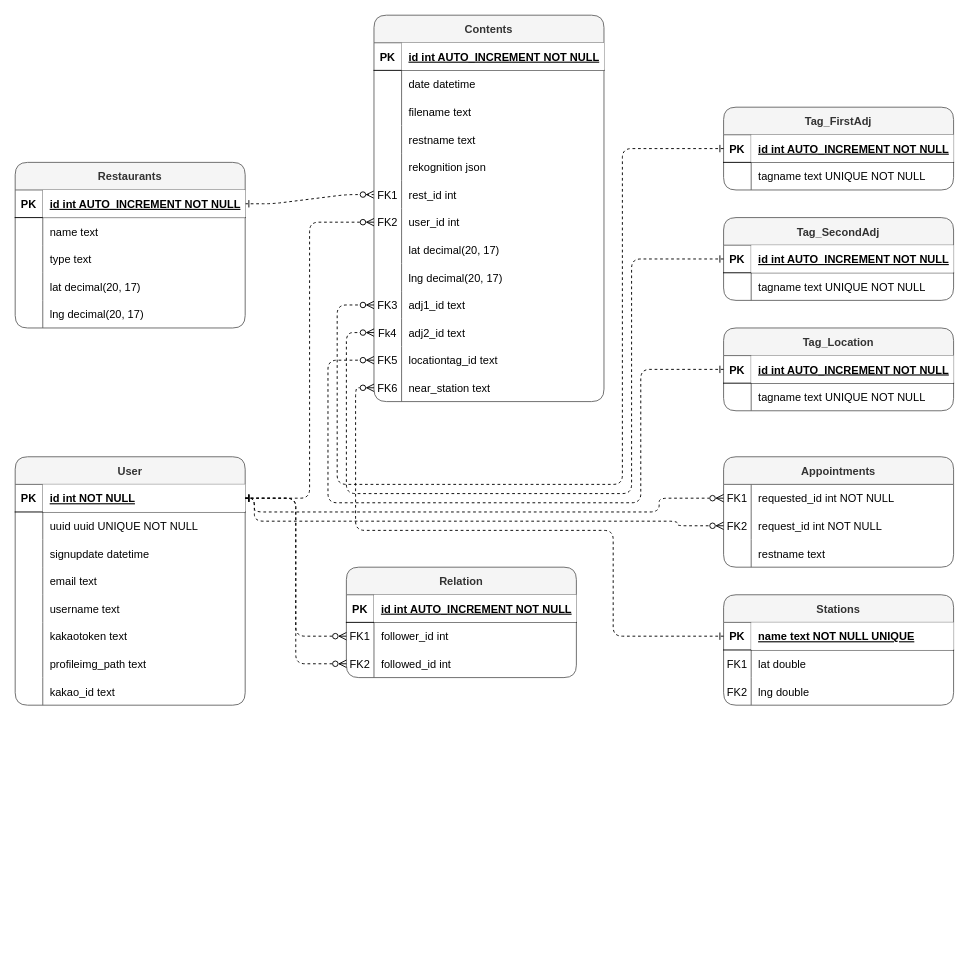
Above: Entity Relation Diagram.drawio in flavor-us/backend (draw.io), before the change. Source tidied: cells renumbered, new cells numbered last; positions are measured from the earlier drawing's top-left corner, leaving out a move shared by most shapes. Both pictures are drawn from the tidied source at 92%, with x=0, y=0 at pixel (15, 15).
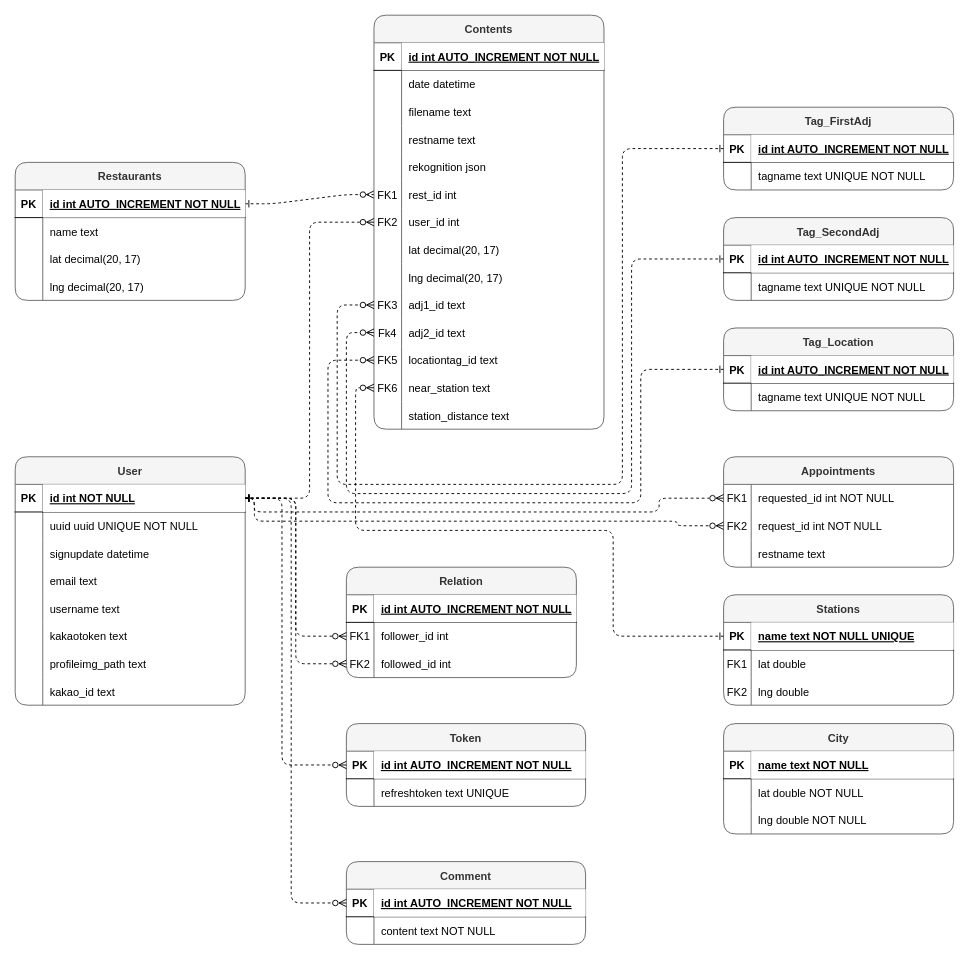
The same diagram, later.

The change refers to these unchanged cells:
```xml
<mxCell id="67" style="shape=partialRectangle;fillColor=none;top=0;left=0;bottom=1;right=0;points=[[0,0.5],[1,0.5]];portConstraint=eastwest;rounded=1;" parent="66" vertex="1">
  <mxGeometry y="30" width="250" height="30" as="geometry" />
</mxCell>
```

What changed in the source:
```diff
@@
     <mxCell id="3" value="Restaurants" style="shape=table;startSize=30;childLayout=tableLayout;rowLines=0;fontStyle=1;align=center;labelBackgroundColor=none;fillColor=#f5f5f5;strokeColor=#666666;fontColor=#333333;rounded=1;" parent="1" vertex="1">
-      <mxGeometry y="160" width="250" height="180" as="geometry" />
+      <mxGeometry y="160" width="250" height="150" as="geometry" />
     </mxCell>
@@
-    <mxCell id="10" style="shape=partialRectangle;fillColor=none;top=0;left=0;right=0;bottom=0;rounded=1;" parent="3" vertex="1">
-      <mxGeometry y="90" width="250" height="30" as="geometry" />
-    </mxCell>
-    <mxCell id="11" style="shape=partialRectangle;overflow=hidden;fillColor=none;top=0;left=0;bottom=0;right=0;rounded=1;" parent="10" vertex="1">
-      <mxGeometry width="30" height="30" as="geometry" />
-    </mxCell>
-    <mxCell id="12" value="type text" style="shape=partialRectangle;overflow=hidden;fillColor=none;top=0;left=0;bottom=0;right=0;align=left;spacingLeft=6;rounded=1;" parent="10" vertex="1">
-      <mxGeometry x="30" width="220" height="30" as="geometry" />
-    </mxCell>
     <mxCell id="13" style="shape=partialRectangle;fillColor=none;top=0;left=0;right=0;bottom=0;rounded=1;" parent="3" vertex="1">
-      <mxGeometry y="120" width="250" height="30" as="geometry" />
+      <mxGeometry y="90" width="250" height="30" as="geometry" />
     </mxCell>
@@
     <mxCell id="16" style="shape=partialRectangle;fillColor=none;top=0;left=0;right=0;bottom=0;rounded=1;" parent="3" vertex="1">
-      <mxGeometry y="150" width="250" height="30" as="geometry" />
+      <mxGeometry y="120" width="250" height="30" as="geometry" />
     </mxCell>
@@
     <mxCell id="26" value="Contents" style="shape=table;startSize=30;childLayout=tableLayout;rowLines=0;fontStyle=1;align=center;fillColor=#f5f5f5;strokeColor=#666666;fontColor=#333333;rounded=1;" parent="1" vertex="1">
-      <mxGeometry x="390" width="250" height="420" as="geometry" />
+      <mxGeometry x="390" width="250" height="450" as="geometry" />
     </mxCell>
@@
+    <mxCell id="144" style="shape=partialRectangle;fillColor=none;top=0;left=0;right=0;bottom=0;rounded=1;" parent="26" vertex="1">
+      <mxGeometry y="420" width="250" height="30" as="geometry" />
+    </mxCell>
+    <mxCell id="11" style="shape=partialRectangle;overflow=hidden;fillColor=none;top=0;left=0;bottom=0;right=0;rounded=1;" parent="144" vertex="1">
+      <mxGeometry width="30" height="30" as="geometry" />
+    </mxCell>
+    <mxCell id="145" value="station_distance text" style="shape=partialRectangle;overflow=hidden;fillColor=none;top=0;left=0;bottom=0;right=0;align=left;spacingLeft=6;rounded=1;" parent="144" vertex="1">
+      <mxGeometry x="30" width="220" height="30" as="geometry" />
+    </mxCell>
@@
+    <mxCell id="146" value="City" style="shape=table;startSize=30;childLayout=tableLayout;rowLines=0;fontStyle=1;align=center;fillColor=#f5f5f5;strokeColor=#666666;fontColor=#333333;rounded=1;" parent="1" vertex="1">
+      <mxGeometry x="770" y="770" width="250" height="120" as="geometry" />
+    </mxCell>
+    <mxCell id="147" style="shape=partialRectangle;fillColor=none;top=0;left=0;bottom=1;right=0;rounded=1;" parent="146" vertex="1">
+      <mxGeometry y="30" width="250" height="30" as="geometry" />
+    </mxCell>
+    <mxCell id="148" value="PK" style="shape=partialRectangle;fillColor=none;top=0;left=0;bottom=0;right=0;fontStyle=1;overflow=hidden;rounded=1;" parent="147" vertex="1">
+      <mxGeometry width="30" height="30" as="geometry" />
+    </mxCell>
+    <mxCell id="149" value="name text NOT NULL" style="shape=partialRectangle;top=0;left=0;bottom=0;right=0;align=left;spacingLeft=6;fontStyle=5;overflow=hidden;rounded=1;" parent="147" vertex="1">
+      <mxGeometry x="30" width="220" height="30" as="geometry" />
+    </mxCell>
+    <mxCell id="150" style="shape=partialRectangle;fillColor=none;top=0;left=0;bottom=0;right=0;rounded=1;" parent="146" vertex="1">
+      <mxGeometry y="60" width="250" height="30" as="geometry" />
+    </mxCell>
+    <mxCell id="151" style="shape=partialRectangle;fillColor=none;top=0;left=0;bottom=0;right=0;overflow=hidden;rounded=1;" parent="150" vertex="1">
+      <mxGeometry width="30" height="30" as="geometry" />
+    </mxCell>
+    <mxCell id="152" value="lat double NOT NULL" style="shape=partialRectangle;fillColor=none;top=0;left=0;bottom=0;right=0;align=left;spacingLeft=6;overflow=hidden;rounded=1;" parent="150" vertex="1">
+      <mxGeometry x="30" width="220" height="30" as="geometry" />
+    </mxCell>
+    <mxCell id="153" style="shape=partialRectangle;fillColor=none;top=0;left=0;bottom=0;right=0;rounded=1;" parent="146" vertex="1">
+      <mxGeometry y="90" width="250" height="30" as="geometry" />
+    </mxCell>
+    <mxCell id="154" style="shape=partialRectangle;fillColor=none;top=0;left=0;bottom=0;right=0;overflow=hidden;rounded=1;" parent="153" vertex="1">
+      <mxGeometry width="30" height="30" as="geometry" />
+    </mxCell>
+    <mxCell id="155" value="lng double NOT NULL" style="shape=partialRectangle;fillColor=none;top=0;left=0;bottom=0;right=0;align=left;spacingLeft=6;overflow=hidden;rounded=1;" parent="153" vertex="1">
+      <mxGeometry x="30" width="220" height="30" as="geometry" />
+    </mxCell>
+    <mxCell id="156" value="Comment" style="shape=table;startSize=30;childLayout=tableLayout;rowLines=0;fontStyle=1;align=center;fillColor=#f5f5f5;strokeColor=#666666;fontColor=#333333;rounded=1;" parent="1" vertex="1">
+      <mxGeometry x="360" y="920" width="260" height="90" as="geometry" />
+    </mxCell>
+    <mxCell id="157" style="shape=partialRectangle;fillColor=none;top=0;left=0;bottom=1;right=0;points=[[0,0.5],[1,0.5]];portConstraint=eastwest;rounded=1;" parent="156" vertex="1">
+      <mxGeometry y="30" width="260" height="30" as="geometry" />
+    </mxCell>
+    <mxCell id="158" value="PK" style="shape=partialRectangle;fillColor=none;top=0;left=0;bottom=0;right=0;fontStyle=1;overflow=hidden;rounded=1;" parent="157" vertex="1">
+      <mxGeometry width="30" height="30" as="geometry" />
+    </mxCell>
+    <mxCell id="159" value="id int AUTO_INCREMENT NOT NULL" style="shape=partialRectangle;top=0;left=0;bottom=0;right=0;align=left;spacingLeft=6;fontStyle=5;overflow=hidden;rounded=1;" parent="157" vertex="1">
+      <mxGeometry x="30" width="230" height="30" as="geometry" />
+    </mxCell>
+    <mxCell id="160" style="shape=partialRectangle;fillColor=none;top=0;left=0;bottom=0;right=0;rounded=1;" parent="156" vertex="1">
+      <mxGeometry y="60" width="260" height="30" as="geometry" />
+    </mxCell>
+    <mxCell id="161" style="shape=partialRectangle;fillColor=none;top=0;left=0;bottom=0;right=0;overflow=hidden;rounded=1;" parent="160" vertex="1">
+      <mxGeometry width="30" height="30" as="geometry" />
+    </mxCell>
+    <mxCell id="162" value="content text NOT NULL" style="shape=partialRectangle;fillColor=none;top=0;left=0;bottom=0;right=0;align=left;spacingLeft=6;overflow=hidden;rounded=1;" parent="160" vertex="1">
+      <mxGeometry x="30" width="230" height="30" as="geometry" />
+    </mxCell>
+    <mxCell id="163" value="Token" style="shape=table;startSize=30;childLayout=tableLayout;rowLines=0;fontStyle=1;align=center;fillColor=#f5f5f5;strokeColor=#666666;fontColor=#333333;rounded=1;" parent="1" vertex="1">
+      <mxGeometry x="360" y="770" width="260" height="90" as="geometry" />
+    </mxCell>
+    <mxCell id="164" style="shape=partialRectangle;fillColor=none;top=0;left=0;bottom=1;right=0;points=[[0,0.5],[1,0.5]];portConstraint=eastwest;rounded=1;" parent="163" vertex="1">
+      <mxGeometry y="30" width="260" height="30" as="geometry" />
+    </mxCell>
+    <mxCell id="165" value="PK" style="shape=partialRectangle;fillColor=none;top=0;left=0;bottom=0;right=0;fontStyle=1;overflow=hidden;rounded=1;" parent="164" vertex="1">
+      <mxGeometry width="30" height="30" as="geometry" />
+    </mxCell>
+    <mxCell id="166" value="id int AUTO_INCREMENT NOT NULL" style="shape=partialRectangle;top=0;left=0;bottom=0;right=0;align=left;spacingLeft=6;fontStyle=5;overflow=hidden;rounded=1;" parent="164" vertex="1">
+      <mxGeometry x="30" width="230" height="30" as="geometry" />
+    </mxCell>
+    <mxCell id="167" style="shape=partialRectangle;fillColor=none;top=0;left=0;bottom=0;right=0;rounded=1;" parent="163" vertex="1">
+      <mxGeometry y="60" width="260" height="30" as="geometry" />
+    </mxCell>
+    <mxCell id="168" style="shape=partialRectangle;fillColor=none;top=0;left=0;bottom=0;right=0;overflow=hidden;rounded=1;" parent="167" vertex="1">
+      <mxGeometry width="30" height="30" as="geometry" />
+    </mxCell>
+    <mxCell id="169" value="refreshtoken text UNIQUE" style="shape=partialRectangle;fillColor=none;top=0;left=0;bottom=0;right=0;align=left;spacingLeft=6;overflow=hidden;rounded=1;" parent="167" vertex="1">
+      <mxGeometry x="30" width="230" height="30" as="geometry" />
+    </mxCell>
+    <mxCell id="170" style="edgeStyle=orthogonalEdgeStyle;jettySize=auto;html=1;endArrow=ERzeroToMany;endFill=0;startArrow=ERone;startFill=0;dashed=1;entryX=0;entryY=0.5;entryDx=0;entryDy=0;exitX=1;exitY=0.5;exitDx=0;exitDy=0;" parent="1" edge="1" source="67" target="164">
+      <mxGeometry relative="1" as="geometry">
+        <Array as="points">
+          <mxPoint x="290" y="525" />
+          <mxPoint x="290" y="815" />
+        </Array>
+      </mxGeometry>
+    </mxCell>
+    <mxCell id="171" style="edgeStyle=orthogonalEdgeStyle;jettySize=auto;html=1;endArrow=ERzeroToMany;endFill=0;startArrow=ERone;startFill=0;dashed=1;entryX=0;entryY=0.5;entryDx=0;entryDy=0;exitX=1;exitY=0.5;exitDx=0;exitDy=0;" parent="1" edge="1" source="67" target="157">
+      <mxGeometry relative="1" as="geometry">
+        <Array as="points">
+          <mxPoint x="300" y="525" />
+          <mxPoint x="300" y="965" />
+        </Array>
+      </mxGeometry>
+    </mxCell>
```
